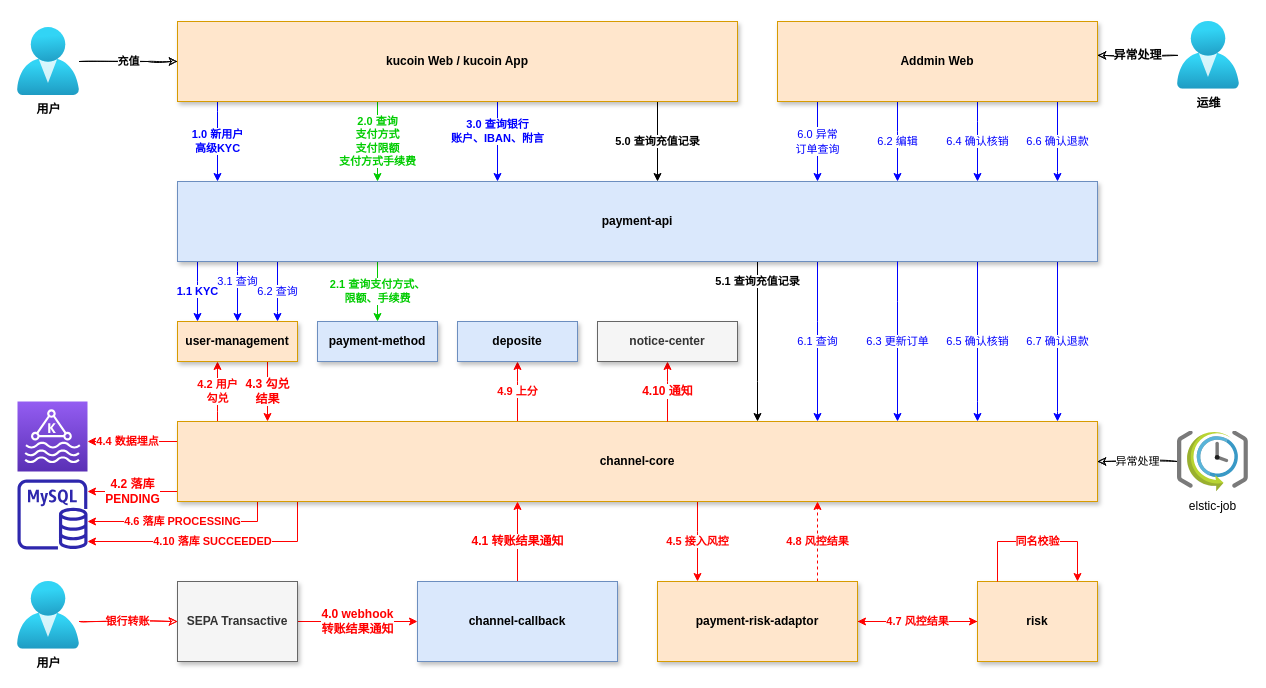
JudeSheng/design keeps this draw.io diagram as page "SEPA 3.0" (4 of 5) of 库珀架构.drawio. Above is the earlier version. Source tidied: cells renumbered, new cells numbered last; positions are measured from the earlier drawing's top-left corner, leaving out a move shared by most shapes. Both pictures are drawn from the tidied source at 100%, with x=0, y=0 at pixel (17, 21).
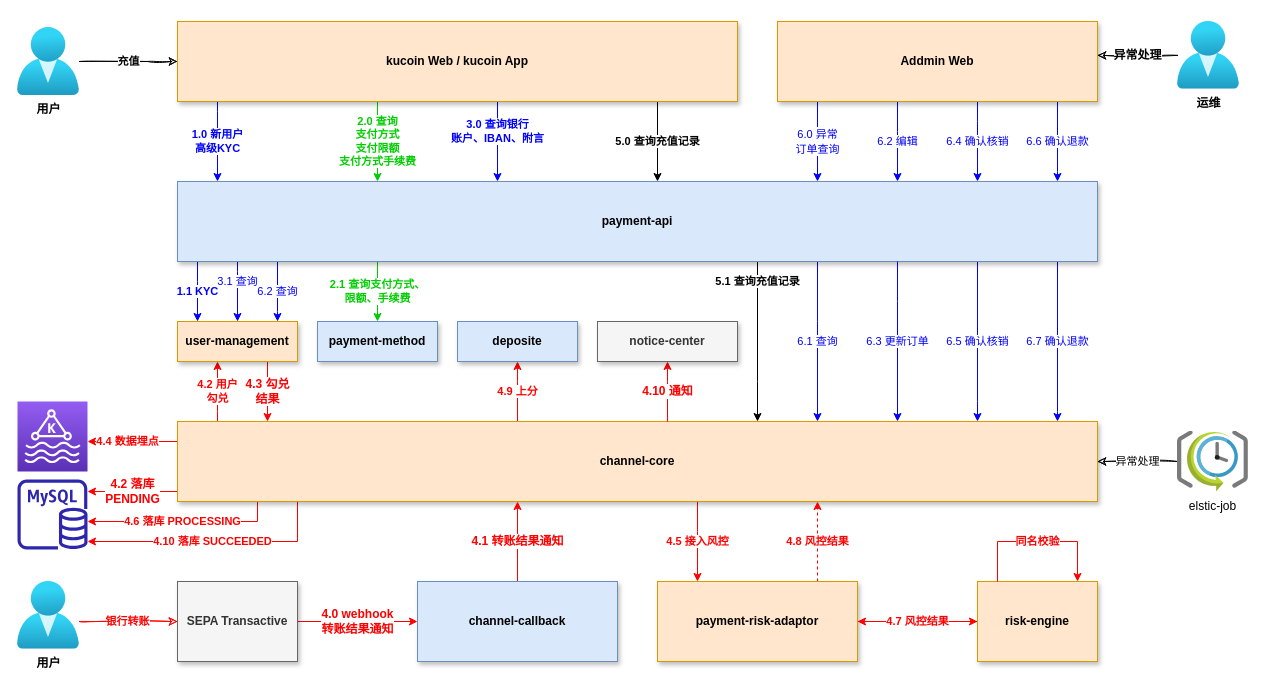
The same page after the edit.

What changed in the source:
```diff
@@
-    <mxCell id="20" value="risk" style="rounded=0;whiteSpace=wrap;html=1;fontStyle=1;fontSize=12;fillColor=#ffe6cc;strokeColor=#d79b00;shadow=1;fontFamily=Helvetica;" parent="1" vertex="1">
+    <mxCell id="20" value="risk-engine" style="rounded=0;whiteSpace=wrap;html=1;fontStyle=1;fontSize=12;fillColor=#ffe6cc;strokeColor=#d79b00;shadow=1;fontFamily=Helvetica;" parent="1" vertex="1">
       <mxGeometry x="960" y="560" width="120" height="80" as="geometry" />
     </mxCell>
```
